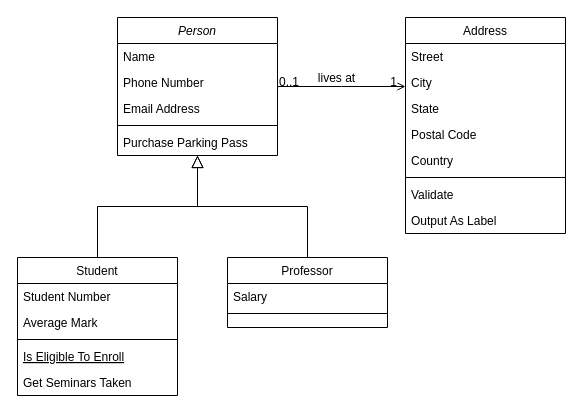
This is diagrams/gui-service_classes.drawio from vlad961/gui-service, a draw.io file, before an edit. Source tidied: cells renumbered, new cells numbered last; positions are measured from the earlier drawing's top-left corner, leaving out a move shared by most shapes. Both pictures are drawn from the tidied source at 100%, with x=0, y=0 at pixel (17, 17).
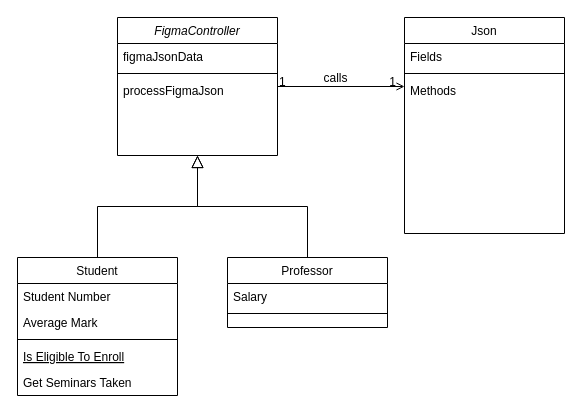
The same page after the edit.

Unchanged cells that the change refers to:
```xml
<mxCell id="28" style="endArrow=open;shadow=0;strokeWidth=1;rounded=0;endFill=1;edgeStyle=elbowEdgeStyle;elbow=vertical;" parent="1" edge="1" source="2" target="19">
  <mxGeometry x="0.5" y="41" relative="1" as="geometry">
    <mxPoint x="-40" y="32" as="offset" />
  </mxGeometry>
</mxCell>
```

Change to the diagram source:
```diff
@@
-    <mxCell id="2" value="Person" style="swimlane;fontStyle=2;align=center;verticalAlign=top;horizontal=1;startSize=26;rounded=0;shadow=0;strokeWidth=1;" parent="1" vertex="1">
+    <mxCell id="2" value="FigmaController" style="swimlane;fontStyle=2;align=center;verticalAlign=top;horizontal=1;startSize=26;rounded=0;shadow=0;strokeWidth=1;" parent="1" vertex="1">
       <mxGeometry x="100" width="160" height="138" as="geometry" />
     </mxCell>
-    <mxCell id="3" value="Name" style="text;align=left;verticalAlign=top;spacingLeft=4;spacingRight=4;overflow=hidden;" parent="2" vertex="1">
+    <mxCell id="3" value="figmaJsonData" style="text;align=left;verticalAlign=top;spacingLeft=4;spacingRight=4;overflow=hidden;" parent="2" vertex="1">
       <mxGeometry y="26" width="160" height="26" as="geometry" />
     </mxCell>
-    <mxCell id="4" value="Phone Number" style="text;align=left;verticalAlign=top;spacingLeft=4;spacingRight=4;overflow=hidden;rounded=0;shadow=0;html=0;" parent="2" vertex="1">
-      <mxGeometry y="52" width="160" height="26" as="geometry" />
-    </mxCell>
-    <mxCell id="5" value="Email Address" style="text;align=left;verticalAlign=top;spacingLeft=4;spacingRight=4;overflow=hidden;rounded=0;shadow=0;html=0;" parent="2" vertex="1">
-      <mxGeometry y="78" width="160" height="26" as="geometry" />
-    </mxCell>
     <mxCell id="6" style="line;html=1;strokeWidth=1;align=left;verticalAlign=middle;spacingTop=-1;spacingLeft=3;spacingRight=3;labelPosition=right;" parent="2" vertex="1">
-      <mxGeometry y="104" width="160" height="8" as="geometry" />
+      <mxGeometry y="52" width="160" height="8" as="geometry" />
     </mxCell>
-    <mxCell id="7" value="Purchase Parking Pass" style="text;align=left;verticalAlign=top;spacingLeft=4;spacingRight=4;overflow=hidden;" parent="2" vertex="1">
-      <mxGeometry y="112" width="160" height="26" as="geometry" />
+    <mxCell id="7" value="processFigmaJson" style="text;align=left;verticalAlign=top;spacingLeft=4;spacingRight=4;overflow=hidden;" parent="2" vertex="1">
+      <mxGeometry y="60" width="160" height="26" as="geometry" />
     </mxCell>
@@
-    <mxCell id="19" value="Address" style="swimlane;fontStyle=0;align=center;verticalAlign=top;horizontal=1;startSize=26;rounded=0;shadow=0;strokeWidth=1;" parent="1" vertex="1">
-      <mxGeometry x="388" width="160" height="216" as="geometry" />
+    <mxCell id="19" value="Json&#10;" style="swimlane;fontStyle=0;align=center;verticalAlign=top;horizontal=1;startSize=26;rounded=0;shadow=0;strokeWidth=1;" parent="1" vertex="1">
+      <mxGeometry x="387" width="160" height="216" as="geometry" />
     </mxCell>
-    <mxCell id="20" value="Street" style="text;align=left;verticalAlign=top;spacingLeft=4;spacingRight=4;overflow=hidden;" parent="19" vertex="1">
-      <mxGeometry y="26" width="160" height="26" as="geometry" />
-    </mxCell>
-    <mxCell id="21" value="City" style="text;align=left;verticalAlign=top;spacingLeft=4;spacingRight=4;overflow=hidden;rounded=0;shadow=0;html=0;" parent="19" vertex="1">
-      <mxGeometry y="52" width="160" height="26" as="geometry" />
-    </mxCell>
-    <mxCell id="22" value="State" style="text;align=left;verticalAlign=top;spacingLeft=4;spacingRight=4;overflow=hidden;rounded=0;shadow=0;html=0;" parent="19" vertex="1">
-      <mxGeometry y="78" width="160" height="26" as="geometry" />
-    </mxCell>
-    <mxCell id="23" value="Postal Code" style="text;align=left;verticalAlign=top;spacingLeft=4;spacingRight=4;overflow=hidden;rounded=0;shadow=0;html=0;" parent="19" vertex="1">
-      <mxGeometry y="104" width="160" height="26" as="geometry" />
-    </mxCell>
-    <mxCell id="24" value="Country" style="text;align=left;verticalAlign=top;spacingLeft=4;spacingRight=4;overflow=hidden;rounded=0;shadow=0;html=0;" parent="19" vertex="1">
-      <mxGeometry y="130" width="160" height="26" as="geometry" />
+    <mxCell id="24" value="Fields" style="text;align=left;verticalAlign=top;spacingLeft=4;spacingRight=4;overflow=hidden;rounded=0;shadow=0;html=0;" parent="19" vertex="1">
+      <mxGeometry y="26" width="160" height="26" as="geometry" />
     </mxCell>
     <mxCell id="25" style="line;html=1;strokeWidth=1;align=left;verticalAlign=middle;spacingTop=-1;spacingLeft=3;spacingRight=3;labelPosition=right;" parent="19" vertex="1">
-      <mxGeometry y="156" width="160" height="8" as="geometry" />
+      <mxGeometry y="52" width="160" height="8" as="geometry" />
     </mxCell>
-    <mxCell id="26" value="Validate" style="text;align=left;verticalAlign=top;spacingLeft=4;spacingRight=4;overflow=hidden;" parent="19" vertex="1">
-      <mxGeometry y="164" width="160" height="26" as="geometry" />
-    </mxCell>
-    <mxCell id="27" value="Output As Label" style="text;align=left;verticalAlign=top;spacingLeft=4;spacingRight=4;overflow=hidden;" parent="19" vertex="1">
-      <mxGeometry y="190" width="160" height="26" as="geometry" />
+    <mxCell id="27" value="Methods" style="text;align=left;verticalAlign=top;spacingLeft=4;spacingRight=4;overflow=hidden;" parent="19" vertex="1">
+      <mxGeometry y="60" width="160" height="26" as="geometry" />
     </mxCell>
@@
-    <mxCell id="29" value="0..1" style="align=left;verticalAlign=bottom;labelBackgroundColor=none;fontSize=12;" parent="28" vertex="1">
+    <mxCell id="29" value="1" style="align=left;verticalAlign=bottom;labelBackgroundColor=none;fontSize=12;" parent="28" vertex="1">
       <mxGeometry x="-1" relative="1" as="geometry">
         <mxPoint y="4" as="offset" />
       </mxGeometry>
     </mxCell>
@@
-    <mxCell id="31" value="lives at" style="text;html=1;align=center;verticalAlign=middle;labelBackgroundColor=none;rounded=0;shadow=0;strokeWidth=1;fontSize=12;" parent="28" vertex="1">
+    <mxCell id="31" value="calls" style="text;html=1;align=center;verticalAlign=middle;labelBackgroundColor=none;rounded=0;shadow=0;strokeWidth=1;fontSize=12;" parent="28" vertex="1">
       <mxGeometry x="0.5" y="49" relative="1" as="geometry">
         <mxPoint x="-38" y="40" as="offset" />
       </mxGeometry>
     </mxCell>
```
